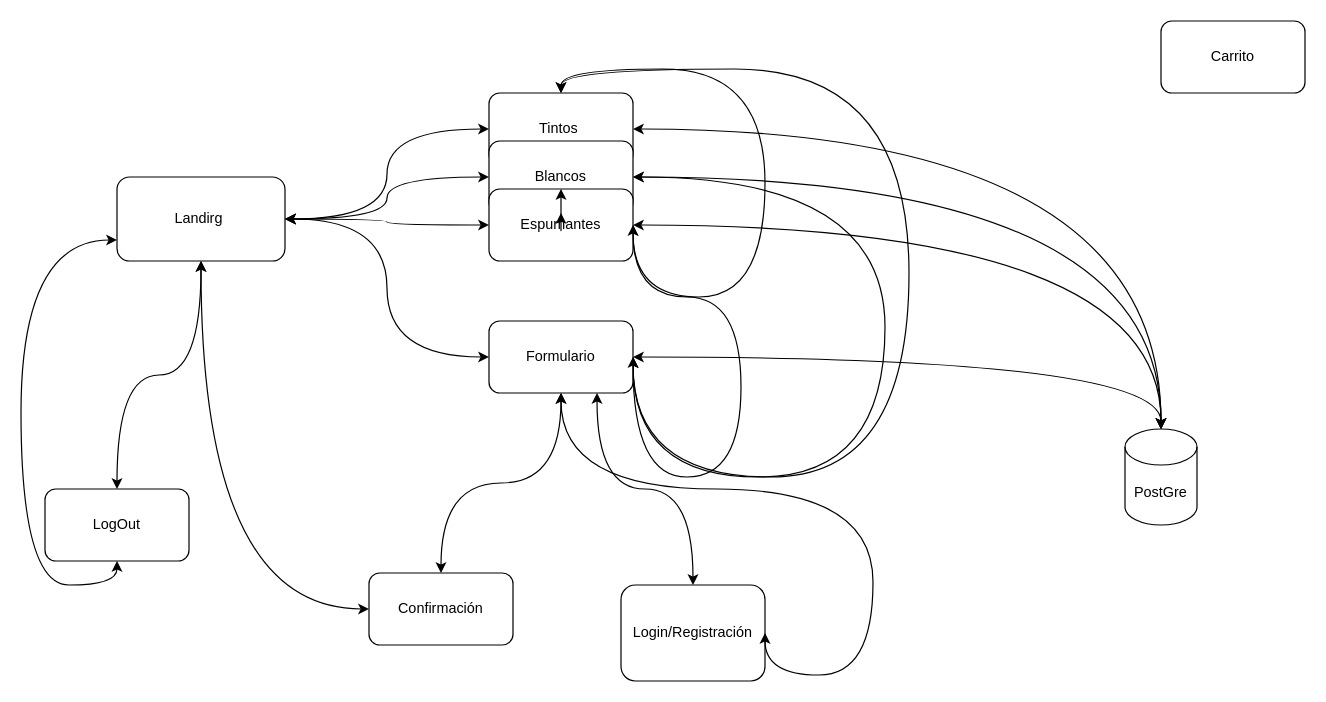
Before: page "WEB Version 0.0.2 Candidata" (3 of 3) of Dj_Proyecto_Grupo_6/doc/doc.drawio in StevenSun7/Django-Proyecto-Final, a draw.io diagram. Source tidied: cells renumbered, new cells numbered last; positions are measured from the earlier drawing's top-left corner, leaving out a move shared by most shapes. Both pictures are drawn from the tidied source at 120%, with x=0, y=0 at pixel (20, 20).
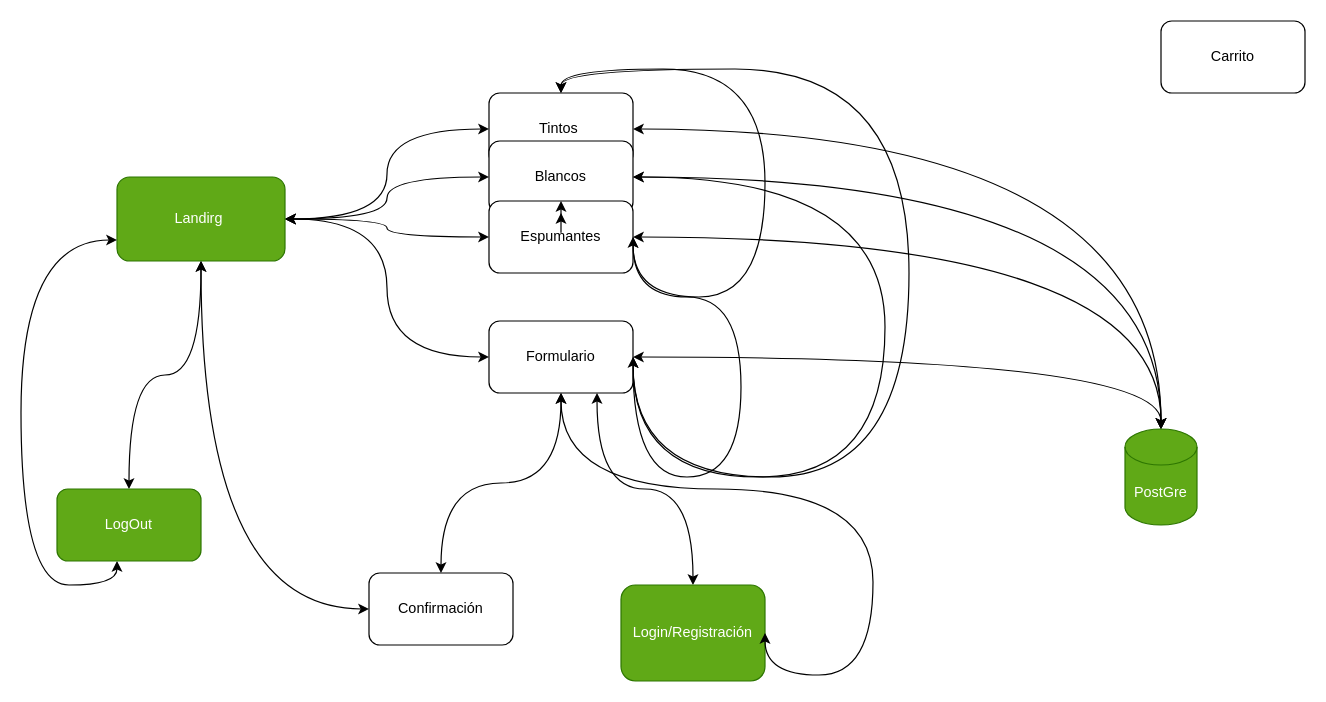
The same diagram, later.

Diff of the diagram source:
```diff
@@
-    <mxCell id="3" value="Login/Registración" style="rounded=1;whiteSpace=wrap;html=1;" parent="1" vertex="1">
+    <mxCell id="3" value="Login/Registración" style="rounded=1;whiteSpace=wrap;html=1;fillColor=#60a917;fontColor=#ffffff;strokeColor=#2D7600;" parent="1" vertex="1">
       <mxGeometry x="500" y="470" width="120" height="80" as="geometry" />
     </mxCell>
@@
-    <mxCell id="9" value="Landirg&amp;nbsp;" style="rounded=1;whiteSpace=wrap;html=1;" parent="1" vertex="1">
+    <mxCell id="9" value="Landirg&amp;nbsp;" style="rounded=1;whiteSpace=wrap;html=1;fillColor=#60a917;fontColor=#ffffff;strokeColor=#2D7600;" parent="1" vertex="1">
       <mxGeometry x="80" y="130" width="140" height="70" as="geometry" />
     </mxCell>
@@
     <mxCell id="19" value="Espumantes" style="rounded=1;whiteSpace=wrap;html=1;" parent="1" vertex="1">
-      <mxGeometry x="390" y="140" width="120" height="60" as="geometry" />
+      <mxGeometry x="390" y="150" width="120" height="60" as="geometry" />
     </mxCell>
@@
-    <mxCell id="29" value="LogOut" style="rounded=1;whiteSpace=wrap;html=1;" parent="1" vertex="1">
-      <mxGeometry x="20" y="390" width="120" height="60" as="geometry" />
+    <mxCell id="29" value="LogOut" style="rounded=1;whiteSpace=wrap;html=1;fillColor=#60a917;fontColor=#ffffff;strokeColor=#2D7600;" parent="1" vertex="1">
+      <mxGeometry x="30" y="390" width="120" height="60" as="geometry" />
     </mxCell>
-    <mxCell id="30" value="PostGre" style="shape=cylinder3;whiteSpace=wrap;html=1;boundedLbl=1;backgroundOutline=1;size=15;" parent="1" vertex="1">
+    <mxCell id="30" value="PostGre" style="shape=cylinder3;whiteSpace=wrap;html=1;boundedLbl=1;backgroundOutline=1;size=15;fillColor=#60a917;fontColor=#ffffff;strokeColor=#2D7600;" parent="1" vertex="1">
       <mxGeometry x="920" y="340" width="60" height="80" as="geometry" />
     </mxCell>
```
